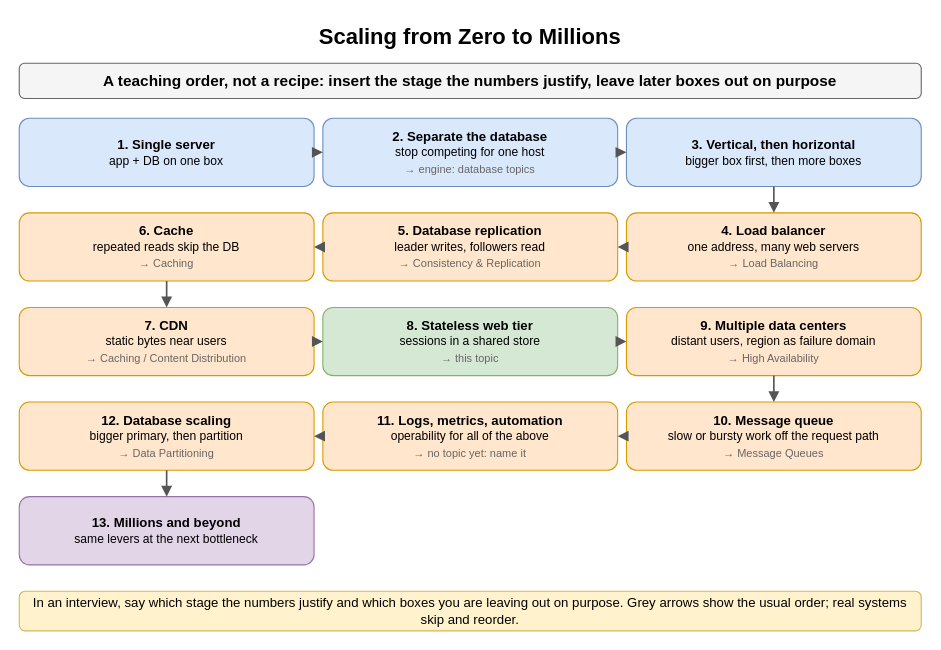
The draw.io diagram page "Scaling from Zero to Millions" (8 of 8) of content/09_System_Design_Interview/02_Scalability_Fundamentals/diagrams/scalability-fundamentals.drawio in amendez13/swe-study-guide, before the edit. Source tidied: cells renumbered, new cells numbered last; positions are measured from the earlier drawing's top-left corner, leaving out a move shared by most shapes. Both pictures are drawn from the tidied source at 110%, with x=0, y=0 at pixel (19, 19).
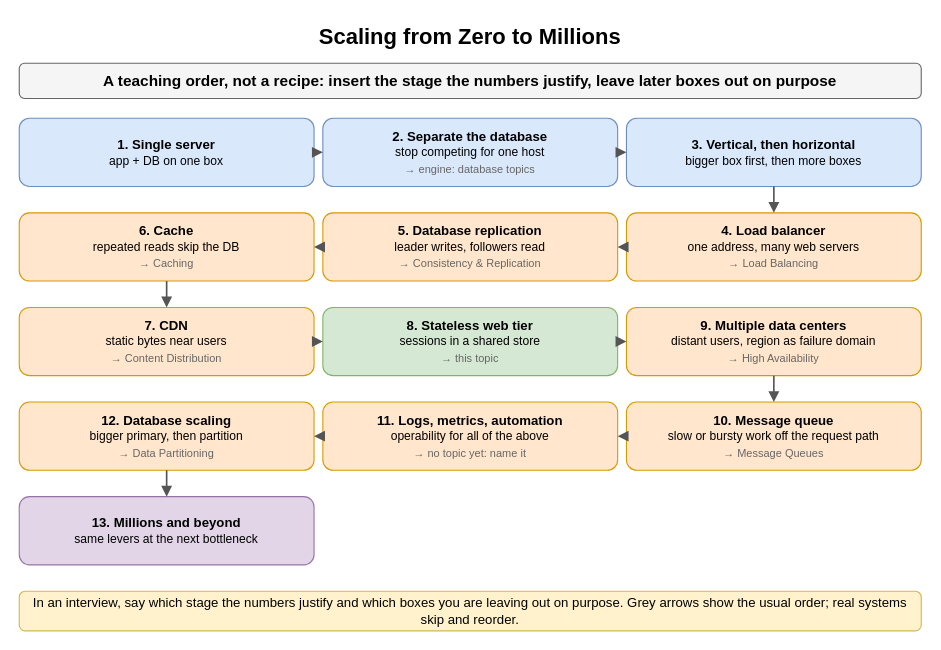
Above is the later version.

Change to the diagram source:
```diff
@@
-    <mxCell id="10" value="&lt;b&gt;7. CDN&lt;/b&gt;&lt;br&gt;&lt;span style='font-weight:normal;font-size:11px'&gt;static bytes near users&lt;/span&gt;&lt;br&gt;&lt;span style='font-weight:normal;font-size:10px;color:#666666'&gt;→ Caching / Content Distribution&lt;/span&gt;" style="rounded=1;whiteSpace=wrap;html=1;fillColor=#ffe6cc;strokeColor=#d79b00;fontSize=12;align=center;fontStyle=1;" parent="1" vertex="1">
+    <mxCell id="10" value="&lt;b&gt;7. CDN&lt;/b&gt;&lt;br&gt;&lt;span style='font-weight:normal;font-size:11px'&gt;static bytes near users&lt;/span&gt;&lt;br&gt;&lt;span style='font-weight:normal;font-size:10px;color:#666666'&gt;→ Content Distribution&lt;/span&gt;" style="rounded=1;whiteSpace=wrap;html=1;fillColor=#ffe6cc;strokeColor=#d79b00;fontSize=12;align=center;fontStyle=1;" parent="1" vertex="1">
       <mxGeometry y="262" width="268" height="62" as="geometry" />
     </mxCell>
```
